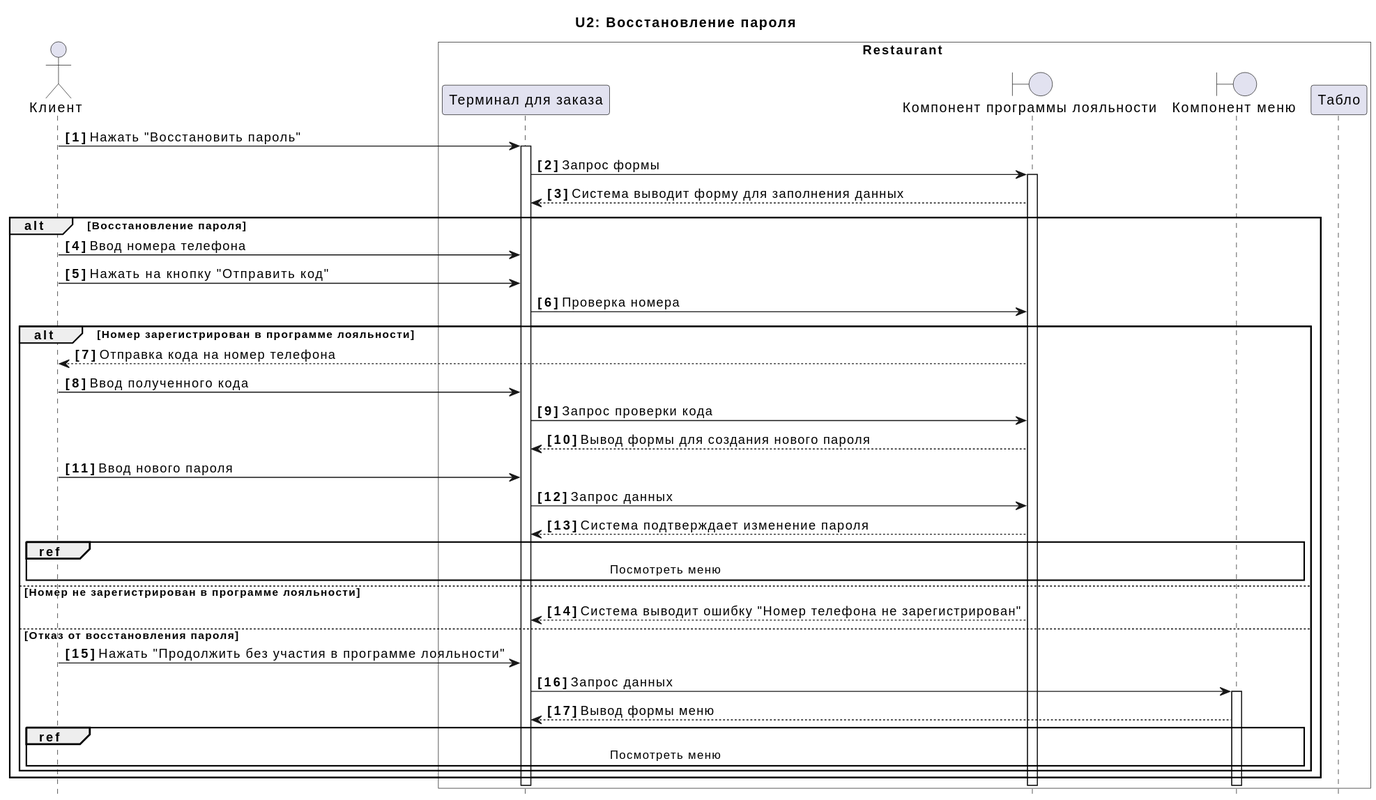
The PlantUML diagram docs/diagrams/include/UC2.svg in xxx996/OTUS_Restaraunt, before a commit.
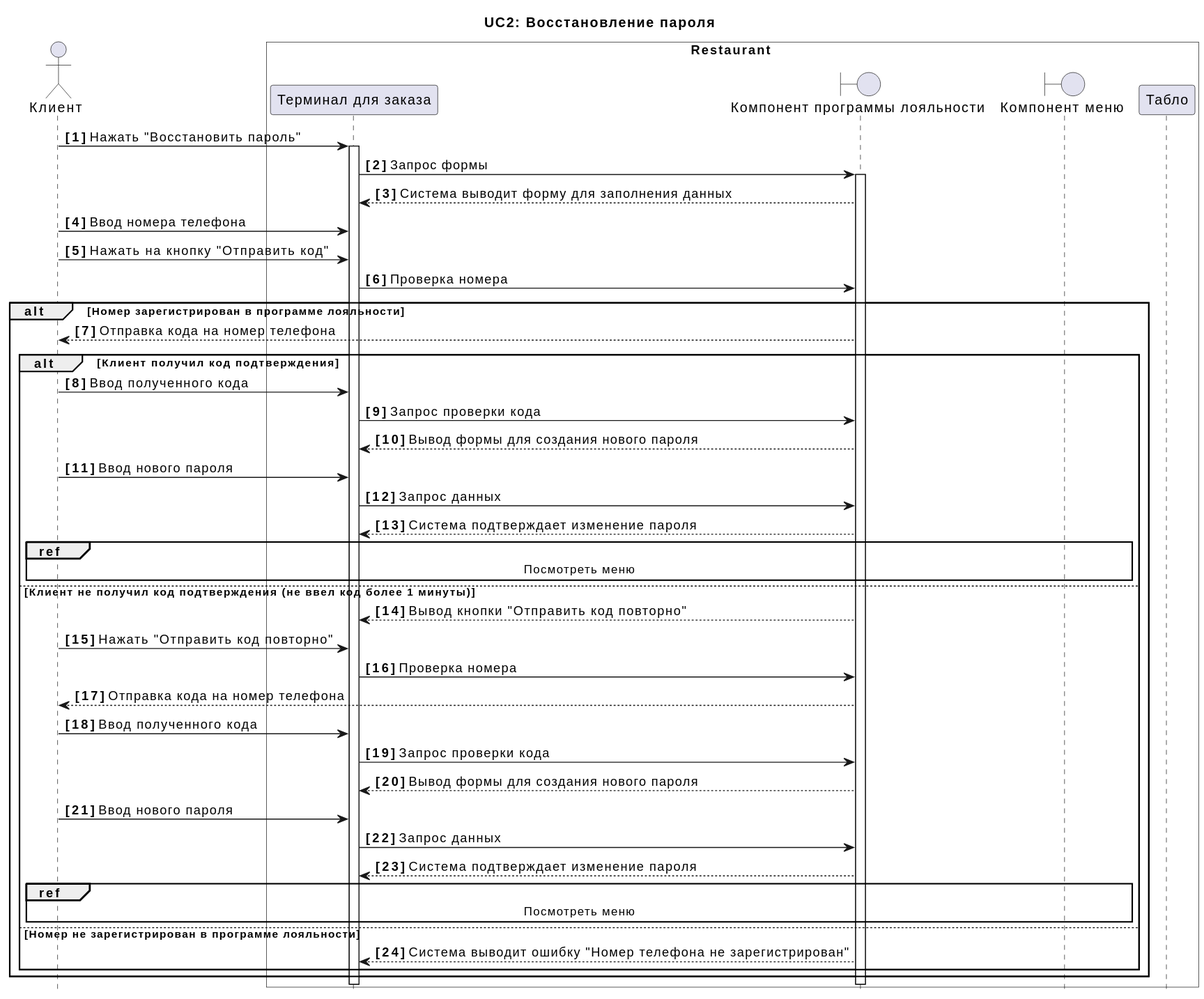
The same diagram one commit later.

The edit, as a diff of the source:
```diff
@@ -1,7 +1,7 @@
 @startuml
 actor "Клиент" as C
 
-title U2: Восстановление пароля
+title UC2: Восстановление пароля
 box Restaurant #Transparent
 participant  "Терминал для заказа" as A
 boundary "Компонент программы лояльности" as Q
@@ -15,7 +15,6 @@
 A -> Q++:  Запрос формы
 Q --> A:  Система выводит форму для заполнения данных
 
-alt Восстановление пароля
 
 C -> A:  Ввод номера телефона
 C -> A: Нажать на кнопку "Отправить код"
@@ -24,6 +23,25 @@
 alt Номер зарегистрирован в программе лояльности
 
 
+Q --> C:  Отправка кода на номер телефона
+
+alt Клиент получил код подтверждения
+
+
+C -> A:  Ввод полученного кода
+A -> Q:  Запрос проверки кода
+Q --> A:  Вывод формы для создания нового пароля
+C -> A:  Ввод нового пароля
+A -> Q:  Запрос данных
+Q --> A:  Система подтверждает изменение пароля
+
+ref over C, F:  Посмотреть меню
+
+else Клиент не получил код подтверждения (не ввел код более 1 минуты)
+
+Q --> A: Вывод кнопки "Отправить код повторно"
+C -> A:  Нажать "Отправить код повторно"
+A -> Q:  Проверка номера
 Q --> C:  Отправка кода на номер телефона
 C -> A:  Ввод полученного кода
 A -> Q:  Запрос проверки кода
@@ -38,13 +56,6 @@
 
 Q --> A: Система выводит ошибку "Номер телефона не зарегистрирован"
 
-else Отказ от восстановления пароля
-
-C -> A:  Нажать "Продолжить без участия в программе лояльности"
-A -> F++:  Запрос данных
-F --> A:  Вывод формы меню
-
-ref over C, F:  Посмотреть меню
 
 end
 end
```
